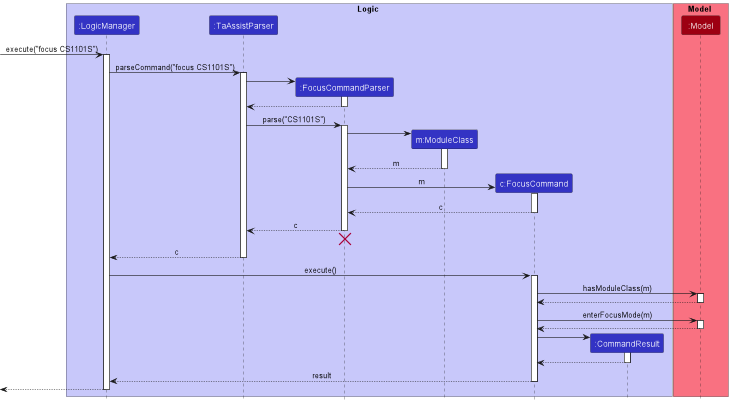
Earlier version of the PlantUML export docs/images/FocusCommandSequenceDiagram.png (nus-cs2103-AY2223S1/tp).
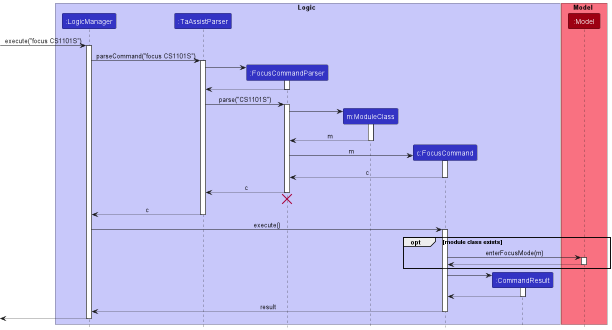
After the change.

Commit message:
Update description and diagram for focus command

The edit, as a diff of the source:
```diff
@@ -57,15 +57,12 @@
 LogicManager -> FocusCommand: execute()
 activate FocusCommand
 
-FocusCommand -> Model: hasModuleClass(m)
-activate Model
-Model --> FocusCommand
-deactivate Model
-
-FocusCommand -> Model: enterFocusMode(m)
-activate Model
-Model --> FocusCommand
-deactivate Model
+opt module class exists
+    FocusCommand -> Model: enterFocusMode(m)
+    activate Model
+    Model --> FocusCommand
+    deactivate Model
+end
 
 create CommandResult
 FocusCommand -> CommandResult
```
